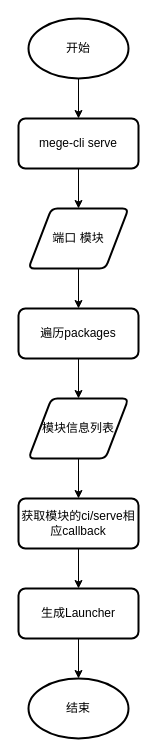
Before: design/flow.drawio in wangzhenxi/gaspy, a draw.io diagram. Source tidied: cells renumbered, new cells numbered last; positions are measured from the earlier drawing's top-left corner, leaving out a move shared by most shapes. Both pictures are drawn from the tidied source at 100%, with x=0, y=0 at pixel (18, 18).
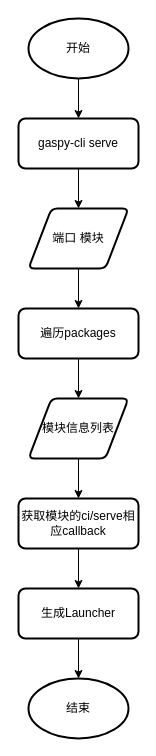
Above is the later version.

The edit, as a diff of the source:
```diff
@@
 <mxGraphModel>
   <root>
     <mxCell id="0" />
     <mxCell id="1" parent="0" />
     <mxCell id="2" style="edgeStyle=orthogonalEdgeStyle;rounded=0;jettySize=auto;html=1;" parent="1" edge="1" source="3" target="5">
       <mxGeometry relative="1" as="geometry" />
     </mxCell>
     <mxCell id="3" value="开始" style="strokeWidth=2;html=1;shape=mxgraph.flowchart.start_1;whiteSpace=wrap;" parent="1" vertex="1">
       <mxGeometry x="10" width="100" height="60" as="geometry" />
     </mxCell>
     <mxCell id="4" style="edgeStyle=orthogonalEdgeStyle;rounded=0;jettySize=auto;html=1;" parent="1" edge="1" source="5" target="14">
       <mxGeometry relative="1" as="geometry" />
     </mxCell>
-    <mxCell id="5" value="mege-cli serve" style="rounded=1;whiteSpace=wrap;html=1;absoluteArcSize=1;arcSize=14;strokeWidth=2;" parent="1" vertex="1">
+    <mxCell id="5" value="gaspy-cli serve" style="rounded=1;whiteSpace=wrap;html=1;absoluteArcSize=1;arcSize=14;strokeWidth=2;" parent="1" vertex="1">
       <mxGeometry y="100" width="120" height="50" as="geometry" />
     </mxCell>
     <mxCell id="6" style="edgeStyle=orthogonalEdgeStyle;rounded=0;jettySize=auto;html=1;" parent="1" edge="1" source="7" target="16">
       <mxGeometry relative="1" as="geometry" />
     </mxCell>
     <mxCell id="7" value="遍历packages" style="rounded=1;whiteSpace=wrap;html=1;absoluteArcSize=1;arcSize=14;strokeWidth=2;" parent="1" vertex="1">
       <mxGeometry y="290" width="120" height="50" as="geometry" />
     </mxCell>
     <mxCell id="8" style="edgeStyle=orthogonalEdgeStyle;rounded=0;jettySize=auto;html=1;" parent="1" edge="1" source="9" target="11">
       <mxGeometry relative="1" as="geometry" />
     </mxCell>
     <mxCell id="9" value="获取模块的ci/serve相应callback" style="rounded=1;whiteSpace=wrap;html=1;absoluteArcSize=1;arcSize=14;strokeWidth=2;" parent="1" vertex="1">
       <mxGeometry y="480" width="120" height="50" as="geometry" />
     </mxCell>
     <mxCell id="10" style="edgeStyle=orthogonalEdgeStyle;rounded=0;jettySize=auto;html=1;" parent="1" edge="1" source="11" target="12">
       <mxGeometry relative="1" as="geometry" />
     </mxCell>
     <mxCell id="11" value="生成Launcher" style="rounded=1;whiteSpace=wrap;html=1;absoluteArcSize=1;arcSize=14;strokeWidth=2;" parent="1" vertex="1">
       <mxGeometry y="570" width="120" height="50" as="geometry" />
     </mxCell>
     <mxCell id="12" value="结束" style="strokeWidth=2;html=1;shape=mxgraph.flowchart.start_1;whiteSpace=wrap;" parent="1" vertex="1">
       <mxGeometry x="10" y="660" width="100" height="60" as="geometry" />
     </mxCell>
     <mxCell id="13" style="edgeStyle=orthogonalEdgeStyle;rounded=0;jettySize=auto;html=1;" parent="1" edge="1" source="14" target="7">
       <mxGeometry relative="1" as="geometry" />
     </mxCell>
     <mxCell id="14" value="端口 模块" style="shape=parallelogram;html=1;strokeWidth=2;perimeter=parallelogramPerimeter;whiteSpace=wrap;rounded=1;arcSize=12;size=0.23;" parent="1" vertex="1">
       <mxGeometry x="10" y="190" width="100" height="60" as="geometry" />
     </mxCell>
     <mxCell id="15" style="edgeStyle=orthogonalEdgeStyle;rounded=0;jettySize=auto;html=1;" parent="1" edge="1" source="16" target="9">
       <mxGeometry relative="1" as="geometry" />
     </mxCell>
     <mxCell id="16" value="模块信息列表" style="shape=parallelogram;html=1;strokeWidth=2;perimeter=parallelogramPerimeter;whiteSpace=wrap;rounded=1;arcSize=12;size=0.23;" parent="1" vertex="1">
       <mxGeometry x="10" y="380" width="100" height="60" as="geometry" />
     </mxCell>
   </root>
 </mxGraphModel>
```
